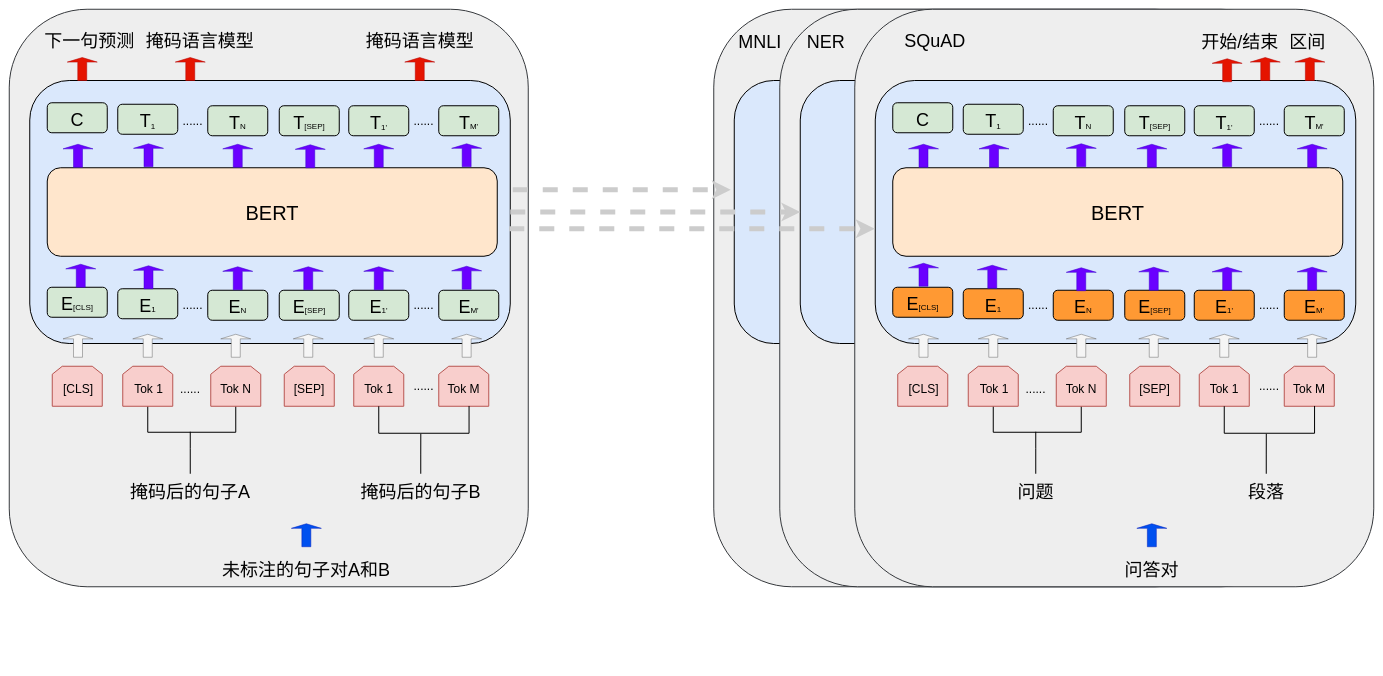
The draw.io diagram bert.drawio in real-jiakai/draw, before the edit. Source tidied: cells renumbered, new cells numbered last; positions are measured from the earlier drawing's top-left corner, leaving out a move shared by most shapes. Both pictures are drawn from the tidied source at 50%, with x=0, y=0 at pixel (9, 9).
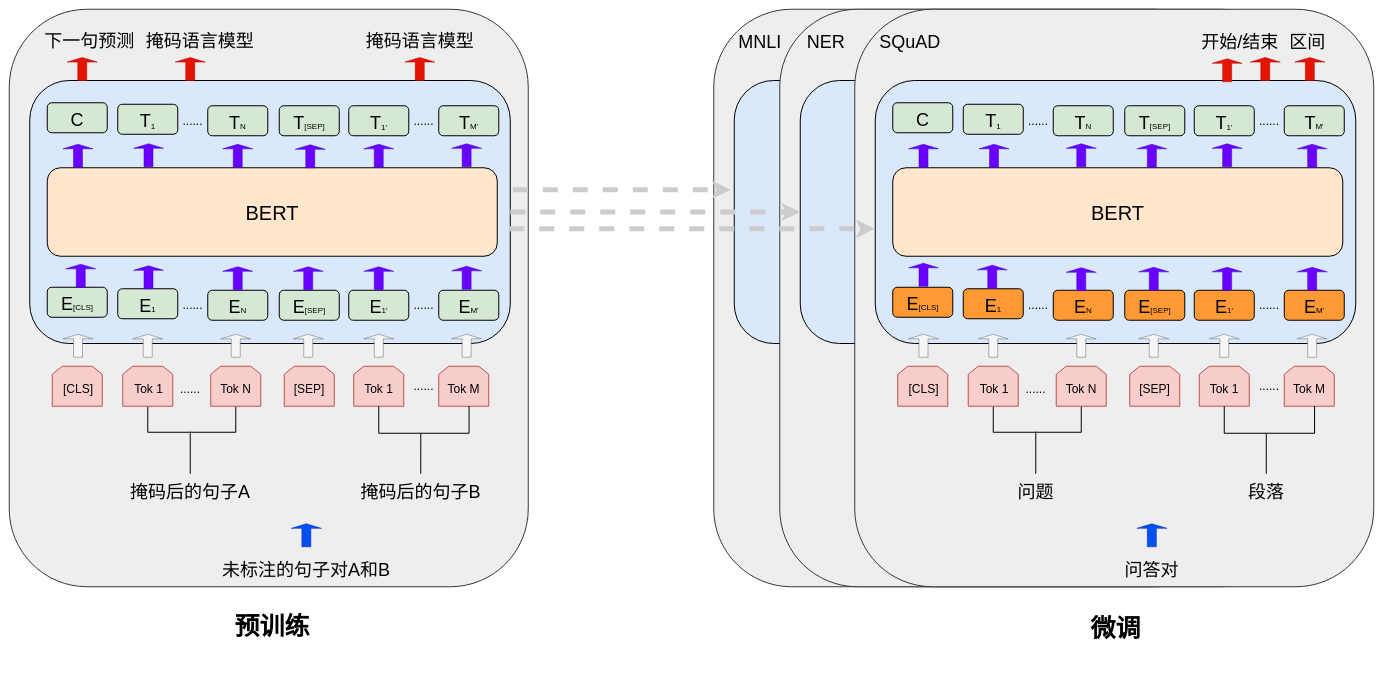
After the change.

What changed in the source:
```diff
@@
     <mxCell id="128" value="&lt;span style=&quot;font-size: 36px;&quot;&gt;SQuAD&lt;/span&gt;" style="text;html=1;align=center;verticalAlign=middle;whiteSpace=wrap;rounded=0;" parent="1" vertex="1">
-      <mxGeometry x="1750" y="26.5" width="203" height="70" as="geometry" />
+      <mxGeometry x="1700" y="29" width="203" height="70" as="geometry" />
     </mxCell>
@@
+    <mxCell id="167" value="&lt;font style=&quot;font-size: 50px;&quot;&gt;&lt;b style=&quot;&quot;&gt;预训练&lt;/b&gt;&lt;/font&gt;" style="text;html=1;align=center;verticalAlign=middle;whiteSpace=wrap;rounded=0;" parent="1" vertex="1">
+      <mxGeometry x="296" y="1155" width="460" height="158" as="geometry" />
+    </mxCell>
+    <mxCell id="168" value="&lt;span style=&quot;font-size: 50px;&quot;&gt;&lt;b&gt;微调&lt;/b&gt;&lt;/span&gt;" style="text;html=1;align=center;verticalAlign=middle;whiteSpace=wrap;rounded=0;" parent="1" vertex="1">
+      <mxGeometry x="1982.5" y="1158" width="460" height="158" as="geometry" />
+    </mxCell>
```
